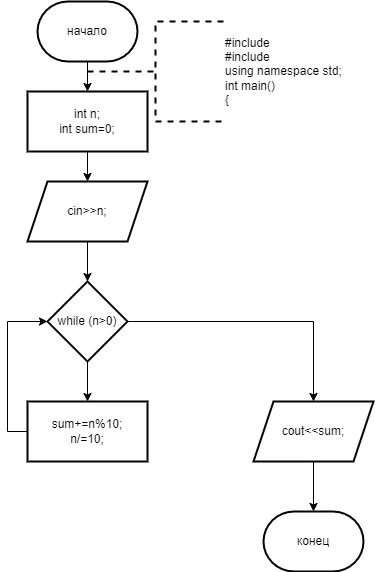
This is 2_14.drawio.png from ksinph/PSTU_LABS_2023, a draw.io export, as it was before one commit. Source tidied: cells renumbered, new cells last; positions are measured from the earlier drawing's top-left corner, leaving out a move shared by most shapes.
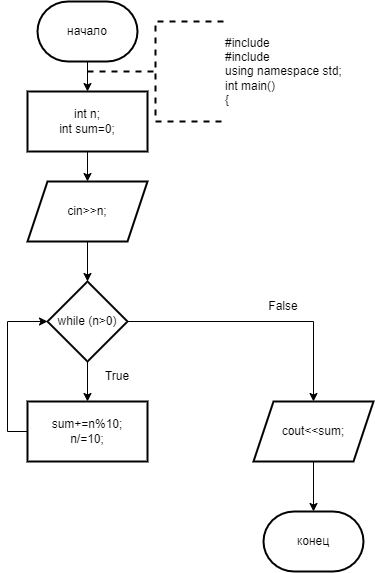
Later version of the same file.

What changed in the source:
```diff
@@ -47,5 +47,11 @@
     <mxCell id="16" value="#include &lt;iostream&gt;&#10;#include &lt;cmath&gt;&#10;using namespace std;&#10;int main()&#10;{" style="strokeWidth=2;html=1;shape=mxgraph.flowchart.annotation_2;align=left;labelPosition=right;dashed=1;" parent="1" vertex="1">
       <mxGeometry x="60" y="20" width="136" height="100" as="geometry" />
     </mxCell>
+    <mxCell id="17" value="False" style="text;html=1;strokeColor=none;fillColor=none;align=center;verticalAlign=middle;whiteSpace=wrap;rounded=0;" parent="1" vertex="1">
+      <mxGeometry x="226" y="290" width="60" height="30" as="geometry" />
+    </mxCell>
+    <mxCell id="18" value="True" style="text;html=1;strokeColor=none;fillColor=none;align=center;verticalAlign=middle;whiteSpace=wrap;rounded=0;" parent="1" vertex="1">
+      <mxGeometry x="60" y="360" width="60" height="30" as="geometry" />
+    </mxCell>
   </root>
 </mxGraphModel>
```
